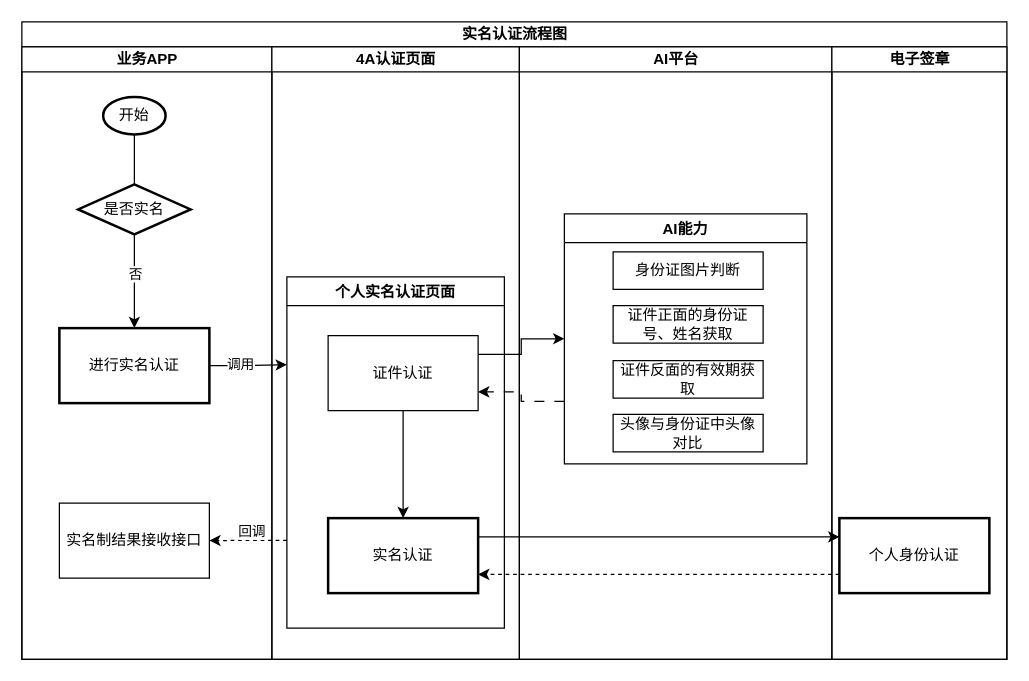
158698706/tt4a keeps this draw.io diagram as page "对接签章系统" (1 of 2) of 系统功能流程图/人脸识别认证图.drawio. Above is the earlier version. Source tidied: cells renumbered, new cells numbered last; positions are measured from the earlier drawing's top-left corner, leaving out a move shared by most shapes. Both pictures are drawn from the tidied source at 125%, with x=0, y=0 at pixel (21, 21).
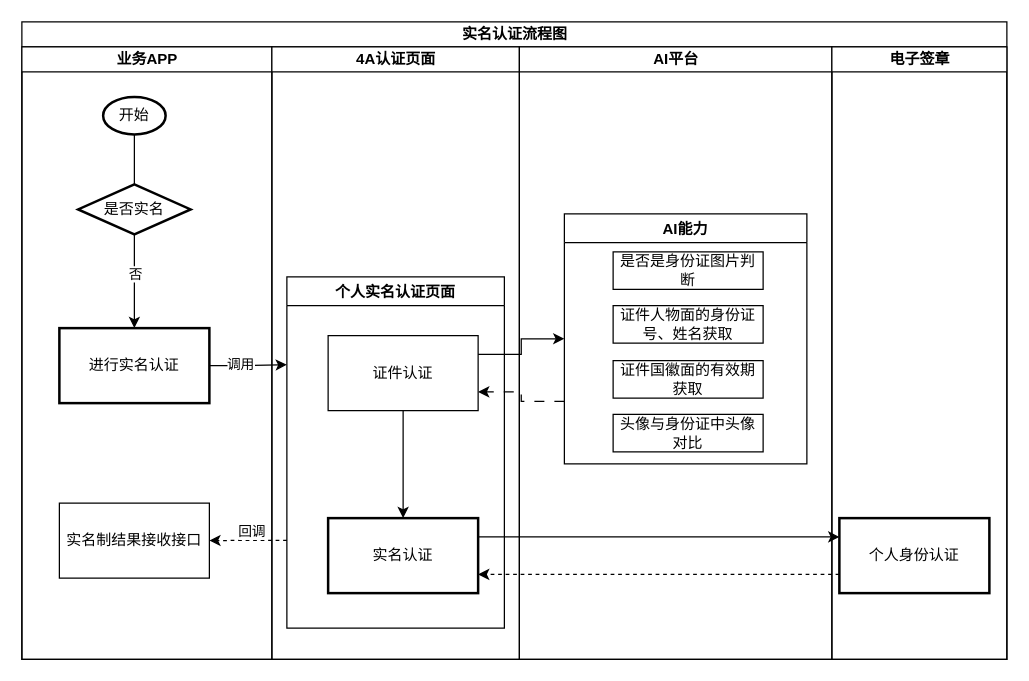
The same page after the edit.

Commit message:
更新人脸识别认证图.drawio

The change refers to these unchanged cells:
```xml
<mxCell id="17" value="AI能力" style="swimlane;" parent="16" vertex="1">
  <mxGeometry x="36" y="133.5" width="194" height="200" as="geometry" />
</mxCell>
```

Diff of the diagram source:
```diff
@@
-    <mxCell id="19" value="证件反面的有效期获取" style="whiteSpace=wrap;html=1;" parent="17" vertex="1">
+    <mxCell id="19" value="证件国徽面的有效期获取" style="whiteSpace=wrap;html=1;" parent="17" vertex="1">
       <mxGeometry x="39" y="117.5" width="120" height="30" as="geometry" />
     </mxCell>
-    <mxCell id="20" value="身份证图片判断" style="whiteSpace=wrap;html=1;" parent="17" vertex="1">
+    <mxCell id="20" value="是否是身份证图片判断" style="whiteSpace=wrap;html=1;" parent="17" vertex="1">
       <mxGeometry x="39" y="30.5" width="120" height="30" as="geometry" />
     </mxCell>
-    <mxCell id="21" value="证件正面的身份证号、姓名获取" style="whiteSpace=wrap;html=1;" parent="17" vertex="1">
+    <mxCell id="21" value="证件人物面的身份证号、姓名获取" style="whiteSpace=wrap;html=1;" parent="17" vertex="1">
       <mxGeometry x="39" y="73.5" width="120" height="30" as="geometry" />
     </mxCell>
```
